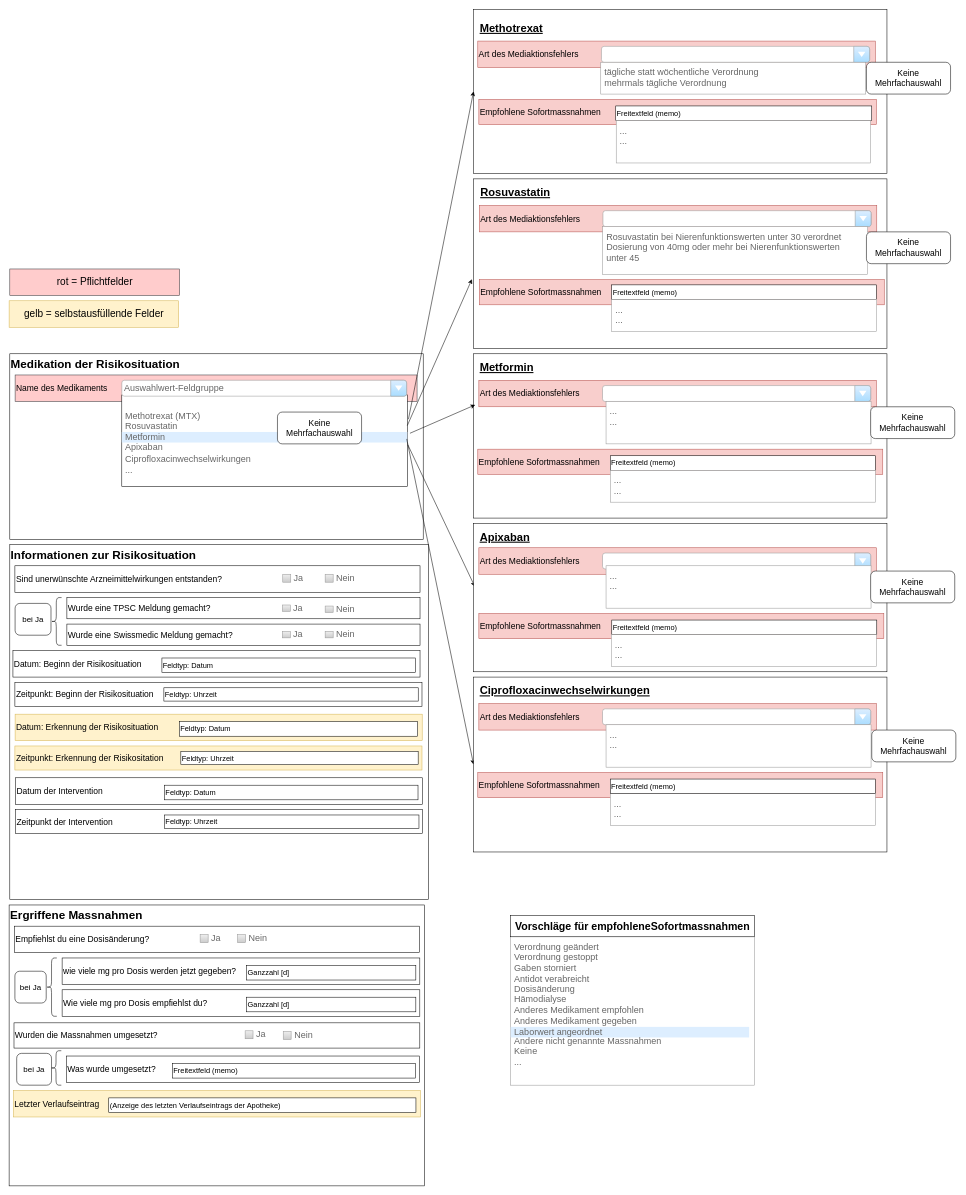
This is DOFI_Konzept2.drawio from MarlenKuehn/DOFI-draw.io, a draw.io file, before an edit. Source tidied: cells renumbered, new cells numbered last; positions are measured from the earlier drawing's top-left corner, leaving out a move shared by most shapes. Both pictures are drawn from the tidied source at 53%, with x=0, y=0 at pixel (9, 9).
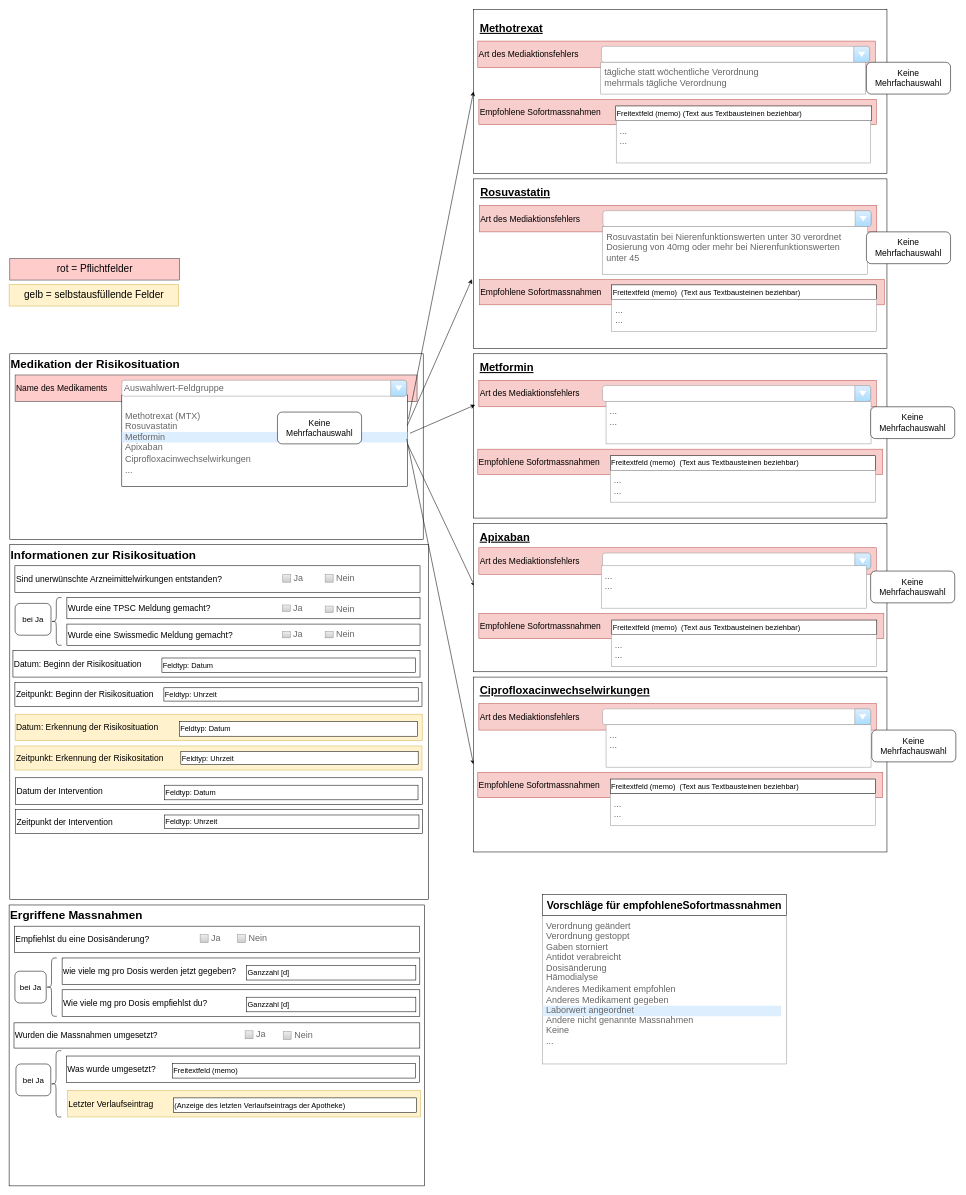
The same diagram, later.

Unchanged cells that the change refers to:
```xml
<mxCell id="3" value="Ergriffene Massnahmen" style="html=1;whiteSpace=wrap;verticalAlign=top;align=left;fontStyle=1;fontSize=22;" parent="1" vertex="1">
  <mxGeometry x="-0.3" y="1690" width="784.1" height="530" as="geometry" />
</mxCell>
<mxCell id="56" style="group;" parent="1" vertex="1">
  <mxGeometry x="876" y="320" width="780" height="450" as="geometry" />
</mxCell>
<mxCell id="77" value="&lt;font style=&quot;font-size: 16px;&quot;&gt;Empfohlene Sofortmassnahmen&lt;/font&gt;" style="html=1;whiteSpace=wrap;align=left;fillColor=#f8cecc;strokeColor=#b85450;" parent="69" vertex="1">
  <mxGeometry x="8" y="180" width="764.1" height="47.6" as="geometry" />
</mxCell>
<mxCell id="93" value="&lt;font style=&quot;font-size: 16px;&quot;&gt;Empfohlene Sofortmassnahmen&lt;/font&gt;" style="html=1;whiteSpace=wrap;align=left;fillColor=#f8cecc;strokeColor=#b85450;" parent="1" vertex="1">
  <mxGeometry x="886" y="170" width="750" height="47.6" as="geometry" />
</mxCell>
<mxCell id="99" style="group;" parent="1" vertex="1">
  <mxGeometry x="876" y="1260" width="780" height="330" as="geometry" />
</mxCell>
<mxCell id="119" value="&lt;font style=&quot;font-size: 16px;&quot;&gt;Empfohlene Sofortmassnahmen&lt;/font&gt;" style="html=1;whiteSpace=wrap;align=left;fillColor=#f8cecc;strokeColor=#b85450;" parent="1" vertex="1">
  <mxGeometry x="886" y="1140" width="764.1" height="47.6" as="geometry" />
</mxCell>
```

The edit, as a diff of the source:
```diff
@@
     <mxCell id="16" value="&lt;font style=&quot;font-size: 16px;&quot;&gt;Letzter Verlaufseintrag&lt;/font&gt;" style="html=1;whiteSpace=wrap;align=left;fillColor=#fff2cc;strokeColor=#d6b656;" parent="3" vertex="1">
-      <mxGeometry x="8" y="350" width="768.1" height="50" as="geometry" />
+      <mxGeometry x="110" y="350" width="666.1" height="50" as="geometry" />
     </mxCell>
     <mxCell id="17" value="&lt;font style=&quot;font-size: 14px;&quot;&gt;(Anzeige des letzten Verlaufseintrags der Apotheke)&lt;/font&gt;" style="rounded=0;whiteSpace=wrap;html=1;align=left;" parent="16" vertex="1">
-      <mxGeometry x="180" y="14" width="579.6" height="27.6" as="geometry" />
+      <mxGeometry x="200" y="14" width="458.7" height="27.6" as="geometry" />
     </mxCell>
     <mxCell id="18" value="&lt;font style=&quot;font-size: 15px;&quot;&gt;bei Ja&lt;/font&gt;" style="rounded=1;whiteSpace=wrap;html=1;" parent="3" vertex="1">
-      <mxGeometry x="14.3" y="280" width="65.7" height="60" as="geometry" />
+      <mxGeometry x="12.9" y="300" width="65.7" height="60" as="geometry" />
     </mxCell>
     <mxCell id="19" style="shape=curlyBracket;whiteSpace=wrap;html=1;rounded=1;labelPosition=left;verticalLabelPosition=middle;align=right;verticalAlign=middle;" parent="3" vertex="1">
-      <mxGeometry x="78.5" y="275" width="20" height="65" as="geometry" />
+      <mxGeometry x="78.5" y="275" width="20" height="125" as="geometry" />
     </mxCell>
@@
-    <mxCell id="65" value="&lt;font style=&quot;font-size: 14px;&quot;&gt;Freitextfeld (memo)&lt;/font&gt;" style="rounded=0;whiteSpace=wrap;html=1;align=left;" parent="56" vertex="1">
+    <mxCell id="65" value="&lt;font style=&quot;font-size: 14px;&quot;&gt;&lt;font style=&quot;font-size: 14px;&quot;&gt;Freitextfeld (memo)&amp;nbsp;&lt;/font&gt;&amp;nbsp;(Text aus Textbausteinen beziehbar)&lt;/font&gt;" style="rounded=0;whiteSpace=wrap;html=1;align=left;" parent="56" vertex="1">
       <mxGeometry x="260.7" y="200" width="499.3" height="27.6" as="geometry" />
     </mxCell>
@@
-    <mxCell id="78" value="&lt;font style=&quot;font-size: 14px;&quot;&gt;Freitextfeld (memo)&lt;/font&gt;" style="rounded=0;whiteSpace=wrap;html=1;align=left;" parent="77" vertex="1">
+    <mxCell id="78" value="&lt;font style=&quot;font-size: 14px;&quot;&gt;&lt;font style=&quot;border-color: var(--border-color); font-size: 14px;&quot;&gt;Freitextfeld (memo)&amp;nbsp;&lt;/font&gt;&amp;nbsp;(Text aus Textbausteinen beziehbar)&lt;/font&gt;" style="rounded=0;whiteSpace=wrap;html=1;align=left;" parent="77" vertex="1">
       <mxGeometry x="250" y="12.4" width="500" height="27.6" as="geometry" />
     </mxCell>
@@
     <mxCell id="86" style="group;" parent="1" vertex="1">
-      <mxGeometry x="-0.3" y="490" width="321.9" height="110" as="geometry" />
+      <mxGeometry x="-0.3" y="470" width="321.9" height="90" as="geometry" />
     </mxCell>
     <mxCell id="87" value="&lt;font style=&quot;font-size: 19px;&quot;&gt;rot = Pflichtfelder&lt;/font&gt;" style="rounded=0;whiteSpace=wrap;html=1;fillColor=#ffcccc;strokeColor=#36393d;" parent="86" vertex="1">
-      <mxGeometry x="1.3" width="320.6" height="50" as="geometry" />
+      <mxGeometry x="1.3" width="320.6" height="40.9" as="geometry" />
     </mxCell>
     <mxCell id="88" value="&lt;font style=&quot;font-size: 19px;&quot;&gt;gelb = selbstausfüllende Felder&lt;/font&gt;" style="rounded=0;whiteSpace=wrap;html=1;fillColor=#fff2cc;strokeColor=#d6b656;" parent="86" vertex="1">
-      <mxGeometry y="60" width="320" height="50" as="geometry" />
+      <mxGeometry y="49.1" width="320" height="40.9" as="geometry" />
     </mxCell>
@@
-    <mxCell id="94" value="&lt;font style=&quot;font-size: 14px;&quot;&gt;Freitextfeld (memo)&lt;/font&gt;" style="rounded=0;whiteSpace=wrap;html=1;align=left;" parent="93" vertex="1">
+    <mxCell id="94" value="&lt;font style=&quot;font-size: 14px;&quot;&gt;Freitextfeld (memo) (Text aus Textbausteinen beziehbar)&lt;/font&gt;" style="rounded=0;whiteSpace=wrap;html=1;align=left;" parent="93" vertex="1">
       <mxGeometry x="258.3" y="12.4" width="483" height="27.6" as="geometry" />
     </mxCell>
@@
-    <mxCell id="111" value="&lt;font style=&quot;font-size: 14px;&quot;&gt;Freitextfeld (memo)&lt;/font&gt;" style="rounded=0;whiteSpace=wrap;html=1;align=left;" parent="99" vertex="1">
+    <mxCell id="111" value="&lt;font style=&quot;font-size: 14px;&quot;&gt;&lt;font style=&quot;border-color: var(--border-color); font-size: 14px;&quot;&gt;Freitextfeld (memo)&amp;nbsp;&lt;/font&gt;&amp;nbsp;(Text aus Textbausteinen beziehbar)&lt;/font&gt;" style="rounded=0;whiteSpace=wrap;html=1;align=left;" parent="99" vertex="1">
       <mxGeometry x="258" y="192.4" width="500" height="27.6" as="geometry" />
     </mxCell>
@@
     <mxCell id="115" style="strokeWidth=1;shadow=0;dashed=0;align=center;html=1;shape=mxgraph.mockup.forms.rrect;rSize=0;strokeColor=#999999;fillColor=#ffffff;" parent="1" vertex="1">
-      <mxGeometry x="1126" y="1050" width="500" height="80" as="geometry" />
+      <mxGeometry x="1117.3" y="1050" width="500" height="80" as="geometry" />
     </mxCell>
@@
-    <mxCell id="120" value="&lt;font style=&quot;font-size: 14px;&quot;&gt;Freitextfeld (memo)&lt;/font&gt;" style="rounded=0;whiteSpace=wrap;html=1;align=left;" parent="119" vertex="1">
+    <mxCell id="120" value="&lt;font style=&quot;font-size: 14px;&quot;&gt;&lt;font style=&quot;border-color: var(--border-color); font-size: 14px;&quot;&gt;Freitextfeld (memo)&amp;nbsp;&lt;/font&gt;&amp;nbsp;(Text aus Textbausteinen beziehbar)&lt;/font&gt;" style="rounded=0;whiteSpace=wrap;html=1;align=left;" parent="119" vertex="1">
       <mxGeometry x="250.8" y="12.4" width="500" height="27.6" as="geometry" />
     </mxCell>
@@
     <mxCell id="129" style="group;" parent="1" vertex="1">
-      <mxGeometry x="946" y="1710" width="460" height="320" as="geometry" />
+      <mxGeometry x="1006" y="1670" width="460" height="320" as="geometry" />
     </mxCell>
```
